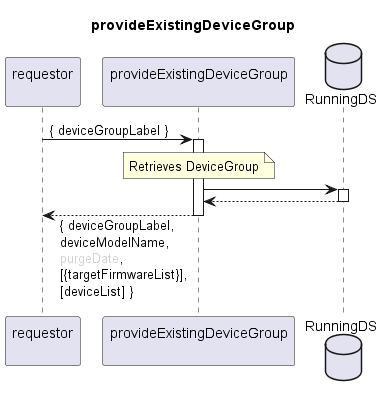
This is spec/Services/provideExistingDeviceGroup/1.0.0/provideExistingDeviceGroup.png from openBackhaul/FirmWareManager, a PlantUML export, as it was before one commit. The source it was exported from:
```plantuml
@startuml provideExistingDeviceGroup
skinparam responseMessageBelowArrow true

title
  provideExistingDeviceGroup
end title

participant "requestor\n" as requestor
participant "provideExistingDeviceGroup\n" as indServ
database "RunningDS" as RunDS

requestor -> indServ: { deviceGroupLabel }
activate indServ

  note over indServ
    Retrieves DeviceGroup
  end note
  indServ -> RunDS
  activate RunDS
  indServ <-- RunDS
  deactivate RunDS

requestor <-- indServ: { deviceGroupLabel,\ndeviceModelName,\n<color:LightGray>purgeDate</color>,\n[{targetFirmwareList}],\n[deviceList] }
deactivate indServ

@enduml
```
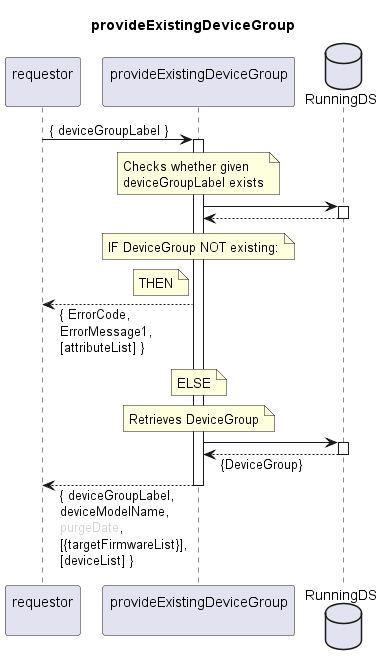
The same diagram one commit later.

Diff of the diagram source:
```diff
@@ -13,11 +13,30 @@
 activate indServ
 
   note over indServ
+    Checks whether given
+    deviceGroupLabel exists
+  end note
+  indServ -> RunDS
+  activate RunDS
+  indServ <-- RunDS
+  deactivate RunDS
+  note over indServ
+    IF DeviceGroup NOT existing:
+  end note
+  note left indServ
+    THEN
+  end note
+  requestor <-- indServ: { ErrorCode,\nErrorMessage1,\n[attributeList] }
+  note over indServ
+    ELSE
+  end note
+
+  note over indServ
     Retrieves DeviceGroup
   end note
   indServ -> RunDS
   activate RunDS
-  indServ <-- RunDS
+  indServ <-- RunDS: {DeviceGroup}
   deactivate RunDS
 
 requestor <-- indServ: { deviceGroupLabel,\ndeviceModelName,\n<color:LightGray>purgeDate</color>,\n[{targetFirmwareList}],\n[deviceList] }
```
